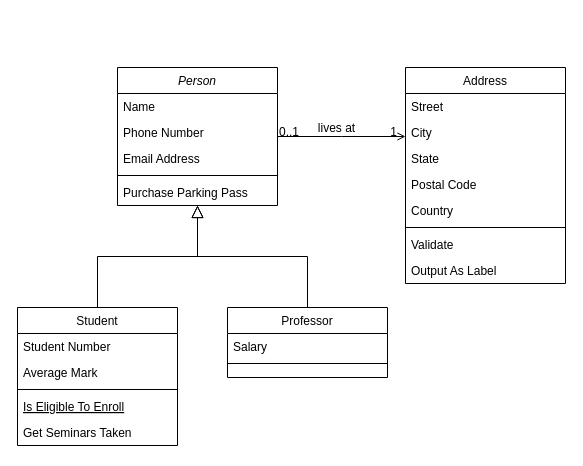
anarod13/granDT keeps this draw.io diagram as GranDT_Diagram.drawio. Above is the earlier version. Source tidied: cells renumbered, new cells numbered last; positions are measured from the earlier drawing's top-left corner, leaving out a move shared by most shapes. Both pictures are drawn from the tidied source at 100%, with x=0, y=0 at pixel (17, 67).
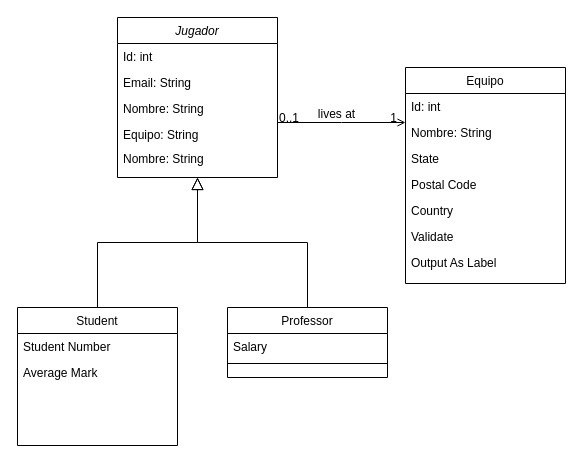
The same diagram, later.

Unchanged cells that the change refers to:
```xml
<mxCell id="8" value="Student" style="swimlane;fontStyle=0;align=center;verticalAlign=top;horizontal=1;startSize=26;rounded=0;shadow=0;strokeWidth=1;" parent="1" vertex="1">
  <mxGeometry y="240" width="160" height="138" as="geometry" />
</mxCell>
```

Diff of the diagram source:
```diff
@@
-    <mxCell id="2" value="Person" style="swimlane;fontStyle=2;align=center;verticalAlign=top;horizontal=1;startSize=26;rounded=0;shadow=0;strokeWidth=1;" parent="1" vertex="1">
-      <mxGeometry x="100" width="160" height="138" as="geometry" />
+    <mxCell id="2" value="Jugador" style="swimlane;fontStyle=2;align=center;verticalAlign=top;horizontal=1;startSize=26;rounded=0;shadow=0;strokeWidth=1;" parent="1" vertex="1">
+      <mxGeometry x="100" y="-50" width="160" height="160" as="geometry" />
     </mxCell>
-    <mxCell id="3" value="Name" style="text;align=left;verticalAlign=top;spacingLeft=4;spacingRight=4;overflow=hidden;" parent="2" vertex="1">
+    <mxCell id="3" value="Id: int" style="text;align=left;verticalAlign=top;spacingLeft=4;spacingRight=4;overflow=hidden;" parent="2" vertex="1">
       <mxGeometry y="26" width="160" height="26" as="geometry" />
     </mxCell>
+    <mxCell id="5" value="Email: String" style="text;align=left;verticalAlign=top;spacingLeft=4;spacingRight=4;overflow=hidden;rounded=0;shadow=0;html=0;" parent="2" vertex="1">
+      <mxGeometry y="52" width="160" height="26" as="geometry" />
+    </mxCell>
-    <mxCell id="4" value="Phone Number" style="text;align=left;verticalAlign=top;spacingLeft=4;spacingRight=4;overflow=hidden;rounded=0;shadow=0;html=0;" parent="2" vertex="1">
-      <mxGeometry y="52" width="160" height="26" as="geometry" />
+    <mxCell id="4" value="Nombre: String" style="text;align=left;verticalAlign=top;spacingLeft=4;spacingRight=4;overflow=hidden;rounded=0;shadow=0;html=0;" parent="2" vertex="1">
+      <mxGeometry y="78" width="160" height="26" as="geometry" />
     </mxCell>
-    <mxCell id="5" value="Email Address" style="text;align=left;verticalAlign=top;spacingLeft=4;spacingRight=4;overflow=hidden;rounded=0;shadow=0;html=0;" parent="2" vertex="1">
-      <mxGeometry y="78" width="160" height="26" as="geometry" />
-    </mxCell>
-    <mxCell id="6" style="line;html=1;strokeWidth=1;align=left;verticalAlign=middle;spacingTop=-1;spacingLeft=3;spacingRight=3;labelPosition=right;" parent="2" vertex="1">
-      <mxGeometry y="104" width="160" height="8" as="geometry" />
-    </mxCell>
-    <mxCell id="7" value="Purchase Parking Pass" style="text;align=left;verticalAlign=top;spacingLeft=4;spacingRight=4;overflow=hidden;" parent="2" vertex="1">
-      <mxGeometry y="112" width="160" height="26" as="geometry" />
+    <mxCell id="7" value="Equipo: String" style="text;align=left;verticalAlign=top;spacingLeft=4;spacingRight=4;overflow=hidden;" parent="2" vertex="1">
+      <mxGeometry y="104" width="160" height="26" as="geometry" />
     </mxCell>
@@
-    <mxCell id="11" style="line;html=1;strokeWidth=1;align=left;verticalAlign=middle;spacingTop=-1;spacingLeft=3;spacingRight=3;labelPosition=right;" parent="8" vertex="1">
-      <mxGeometry y="78" width="160" height="8" as="geometry" />
-    </mxCell>
-    <mxCell id="12" value="Is Eligible To Enroll" style="text;align=left;verticalAlign=top;spacingLeft=4;spacingRight=4;overflow=hidden;fontStyle=4;" parent="8" vertex="1">
-      <mxGeometry y="86" width="160" height="26" as="geometry" />
-    </mxCell>
-    <mxCell id="13" value="Get Seminars Taken" style="text;align=left;verticalAlign=top;spacingLeft=4;spacingRight=4;overflow=hidden;" parent="8" vertex="1">
-      <mxGeometry y="112" width="160" height="26" as="geometry" />
-    </mxCell>
@@
-    <mxCell id="19" value="Address" style="swimlane;fontStyle=0;align=center;verticalAlign=top;horizontal=1;startSize=26;rounded=0;shadow=0;strokeWidth=1;" parent="1" vertex="1">
+    <mxCell id="19" value="Equipo" style="swimlane;fontStyle=0;align=center;verticalAlign=top;horizontal=1;startSize=26;rounded=0;shadow=0;strokeWidth=1;" parent="1" vertex="1">
       <mxGeometry x="388" width="160" height="216" as="geometry" />
     </mxCell>
-    <mxCell id="20" value="Street" style="text;align=left;verticalAlign=top;spacingLeft=4;spacingRight=4;overflow=hidden;" parent="19" vertex="1">
+    <mxCell id="20" value="Id: int" style="text;align=left;verticalAlign=top;spacingLeft=4;spacingRight=4;overflow=hidden;" parent="19" vertex="1">
       <mxGeometry y="26" width="160" height="26" as="geometry" />
     </mxCell>
-    <mxCell id="21" value="City" style="text;align=left;verticalAlign=top;spacingLeft=4;spacingRight=4;overflow=hidden;rounded=0;shadow=0;html=0;" parent="19" vertex="1">
+    <mxCell id="21" value="Nombre: String" style="text;align=left;verticalAlign=top;spacingLeft=4;spacingRight=4;overflow=hidden;rounded=0;shadow=0;html=0;" parent="19" vertex="1">
       <mxGeometry y="52" width="160" height="26" as="geometry" />
     </mxCell>
@@
-    <mxCell id="25" style="line;html=1;strokeWidth=1;align=left;verticalAlign=middle;spacingTop=-1;spacingLeft=3;spacingRight=3;labelPosition=right;" parent="19" vertex="1">
-      <mxGeometry y="156" width="160" height="8" as="geometry" />
-    </mxCell>
     <mxCell id="26" value="Validate" style="text;align=left;verticalAlign=top;spacingLeft=4;spacingRight=4;overflow=hidden;" parent="19" vertex="1">
-      <mxGeometry y="164" width="160" height="26" as="geometry" />
+      <mxGeometry y="156" width="160" height="26" as="geometry" />
     </mxCell>
     <mxCell id="27" value="Output As Label" style="text;align=left;verticalAlign=top;spacingLeft=4;spacingRight=4;overflow=hidden;" parent="19" vertex="1">
-      <mxGeometry y="190" width="160" height="26" as="geometry" />
+      <mxGeometry y="182" width="160" height="26" as="geometry" />
     </mxCell>
@@
+    <mxCell id="32" value="Nombre: String" style="text;align=left;verticalAlign=top;spacingLeft=4;spacingRight=4;overflow=hidden;rounded=0;shadow=0;html=0;" parent="1" vertex="1">
+      <mxGeometry x="100" y="78" width="160" height="26" as="geometry" />
+    </mxCell>
```
